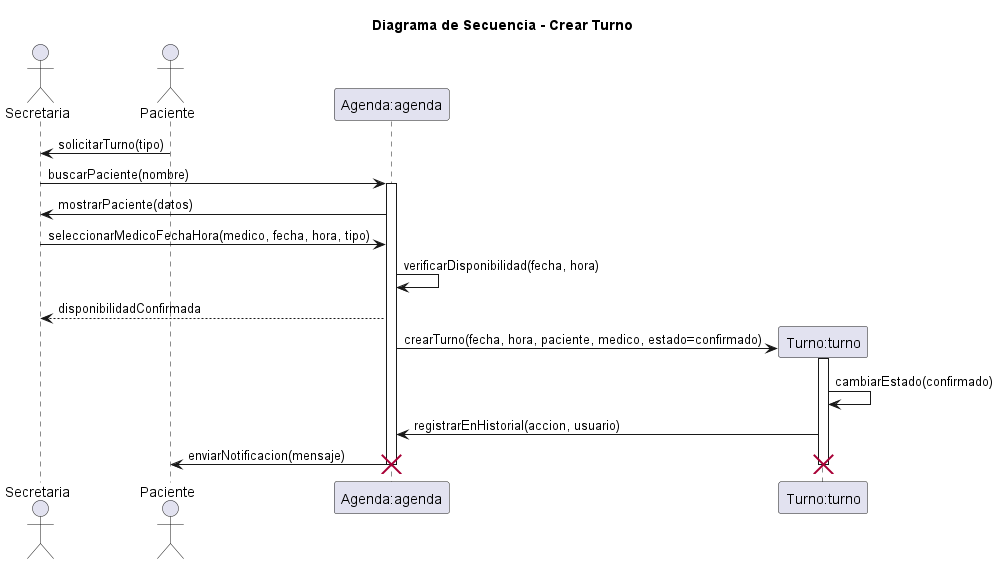
The PlantUML diagram diagramas/05-diagramas-secuencia/05-secuencia-crear-turno-01.png in eternalnight04/SistemaTurnosMedicos, before a commit. Source of this version:
```plantuml
@startuml
title Diagrama de Secuencia - Crear Turno

actor Secretaria as secretaria
actor Paciente as paciente
participant "Agenda:agenda" as agenda
participant "Turno:turno" as turno

paciente -> secretaria: solicitarTurno(tipo)

secretaria -> agenda: buscarPaciente(nombre)
activate agenda

agenda -> secretaria: mostrarPaciente(datos)
secretaria -> agenda: seleccionarMedicoFechaHora(medico, fecha, hora, tipo)

agenda -> agenda: verificarDisponibilidad(fecha, hora)
agenda --> secretaria: disponibilidadConfirmada

create turno
agenda -> turno: crearTurno(fecha, hora, paciente, medico, estado=confirmado)
activate turno

turno -> turno: cambiarEstado(confirmado)
turno -> agenda: registrarEnHistorial(accion, usuario)

agenda -> paciente: enviarNotificacion(mensaje)

deactivate turno
deactivate agenda

destroy turno
destroy agenda

@enduml
```
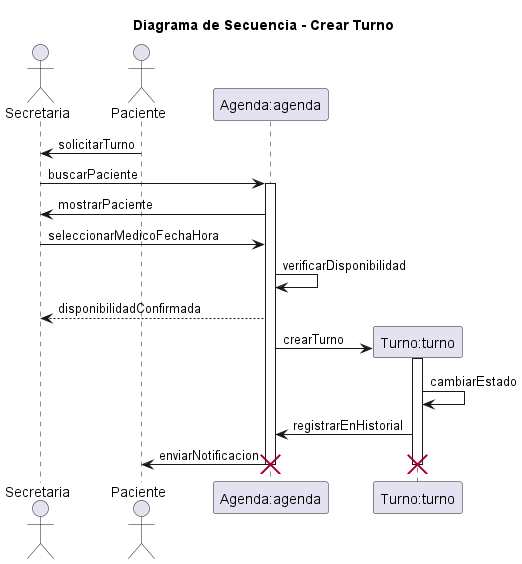
The same diagram one commit later.

What changed in the source:
```diff
@@ -1,4 +1,5 @@
-@startuml
+@startuml 05-secuencia-crear-turno-01
+
 title Diagrama de Secuencia - Crear Turno
 
 actor Secretaria as secretaria
@@ -6,25 +7,25 @@
 participant "Agenda:agenda" as agenda
 participant "Turno:turno" as turno
 
-paciente -> secretaria: solicitarTurno(tipo)
+paciente -> secretaria: solicitarTurno
 
-secretaria -> agenda: buscarPaciente(nombre)
+secretaria -> agenda: buscarPaciente
 activate agenda
 
-agenda -> secretaria: mostrarPaciente(datos)
-secretaria -> agenda: seleccionarMedicoFechaHora(medico, fecha, hora, tipo)
+agenda -> secretaria: mostrarPaciente
+secretaria -> agenda: seleccionarMedicoFechaHora
 
-agenda -> agenda: verificarDisponibilidad(fecha, hora)
+agenda -> agenda: verificarDisponibilidad
 agenda --> secretaria: disponibilidadConfirmada
 
 create turno
-agenda -> turno: crearTurno(fecha, hora, paciente, medico, estado=confirmado)
+agenda -> turno: crearTurno
 activate turno
 
-turno -> turno: cambiarEstado(confirmado)
-turno -> agenda: registrarEnHistorial(accion, usuario)
+turno -> turno: cambiarEstado
+turno -> agenda: registrarEnHistorial
 
-agenda -> paciente: enviarNotificacion(mensaje)
+agenda -> paciente: enviarNotificacion
 
 deactivate turno
 deactivate agenda
```
